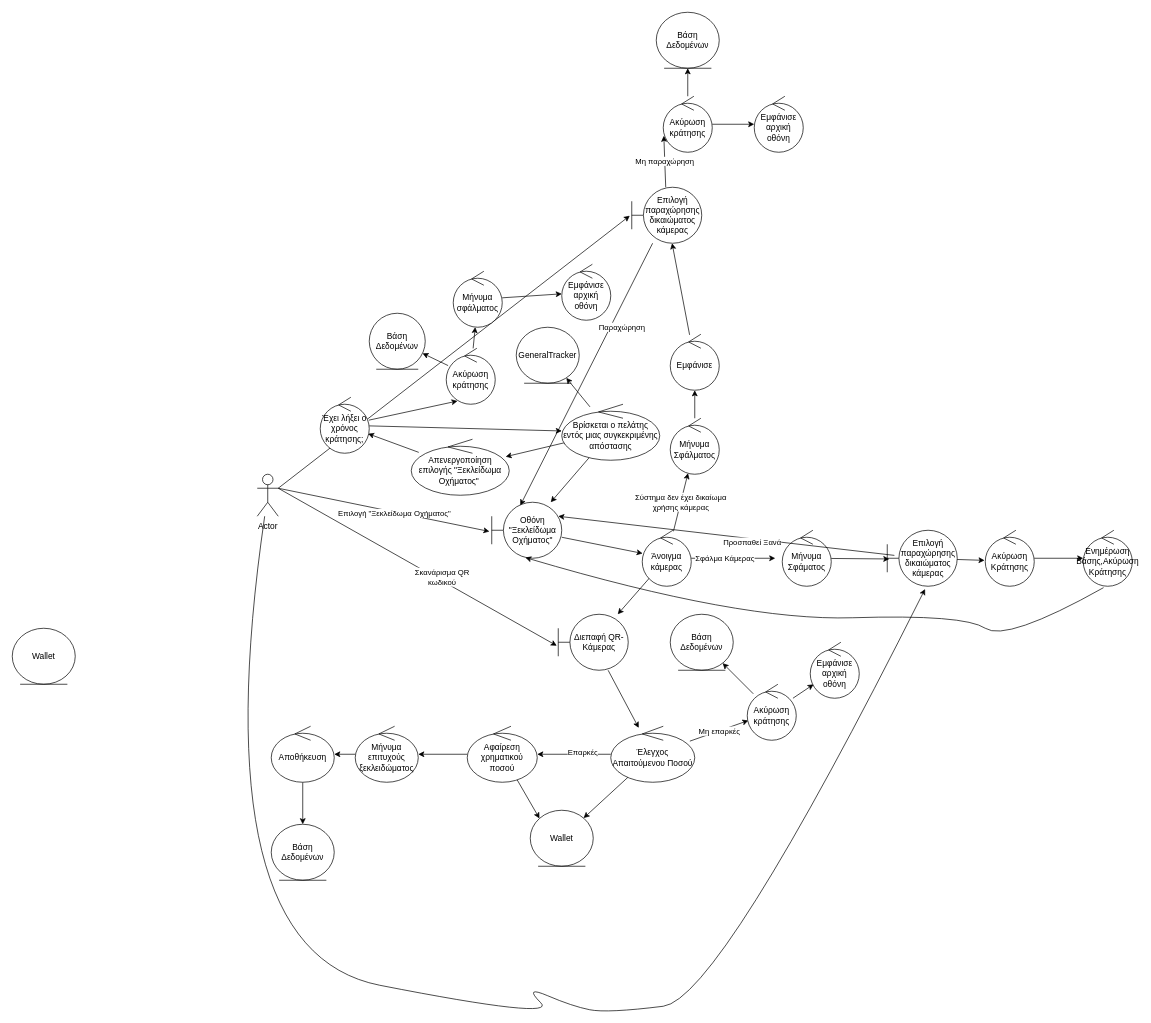
Above: Part_2/Robustness/diagrams/02_Ξεκλείδωμα_Οχήματος.drawio in Nikolis2002/texnoligia_logismikou (draw.io), before the change. Source tidied: cells renumbered, new cells numbered last; positions are measured from the earlier drawing's top-left corner, leaving out a move shared by most shapes. Both pictures are drawn from the tidied source at 70%, with x=0, y=0 at pixel (12, 12).
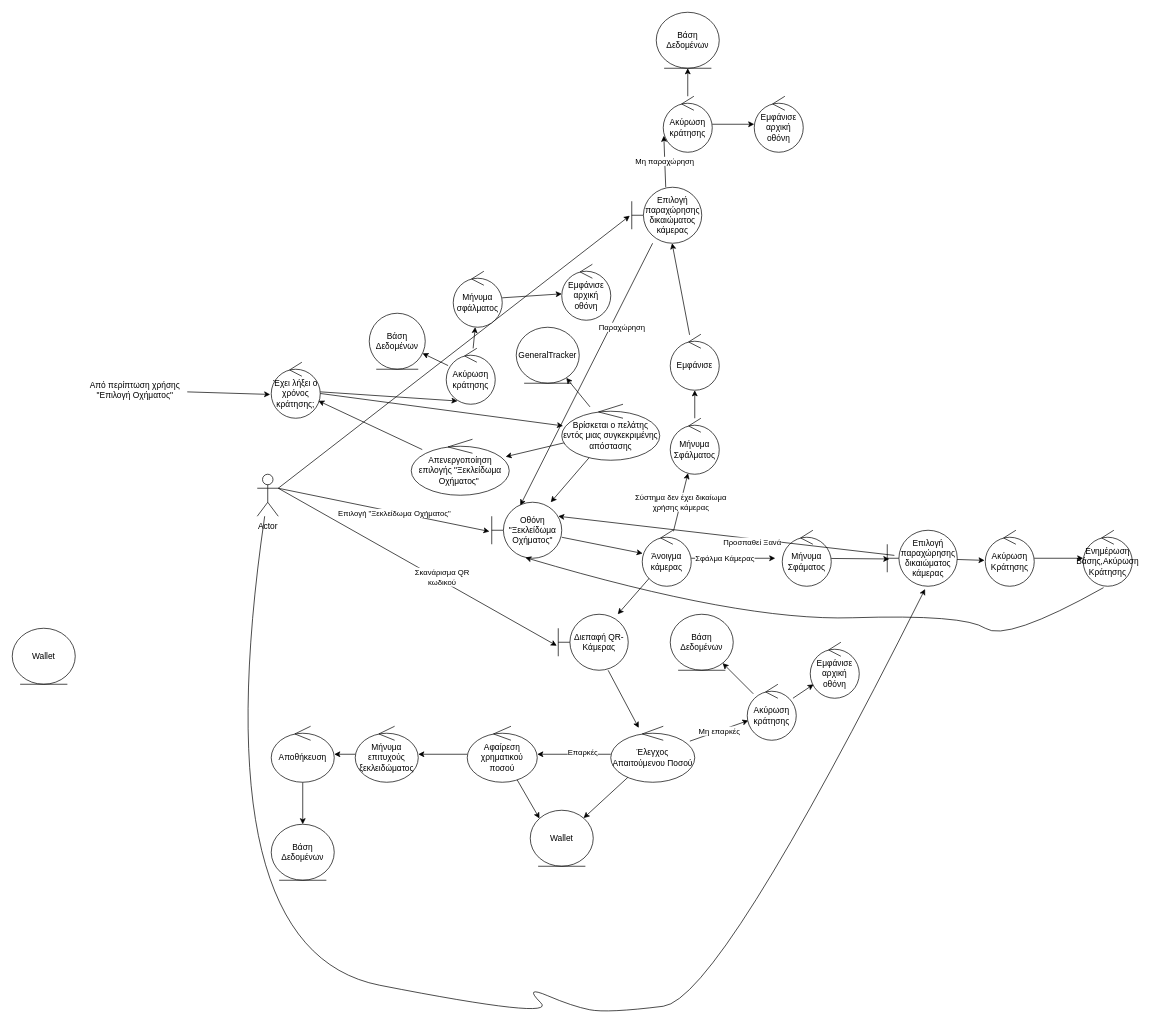
The same diagram, later.

Commit message (it also covers changes not shown here):
Use Case 1 Complete

Diff of the diagram source:
```diff
@@
     <mxCell id="10" value="Έχει λήξει ο χρόνος κράτησης;" style="ellipse;shape=umlControl;whiteSpace=wrap;html=1;" parent="1" vertex="1">
-      <mxGeometry x="440" y="550" width="70" height="80" as="geometry" />
+      <mxGeometry x="370" y="500" width="70" height="80" as="geometry" />
     </mxCell>
@@
+    <mxCell id="78" style="edgeStyle=none;html=1;entryX=-0.022;entryY=0.575;entryDx=0;entryDy=0;entryPerimeter=0;" parent="1" edge="1" source="79" target="10">
+      <mxGeometry relative="1" as="geometry" />
+    </mxCell>
+    <mxCell id="79" value="Από περίπτωση χρήσης&lt;br&gt;&quot;Επιλογή Οχήματος&quot;" style="text;html=1;align=center;verticalAlign=middle;points=[];strokeColor=none;fillColor=none;" parent="1" vertex="1">
+      <mxGeometry x="100" y="520" width="150" height="40" as="geometry" />
+    </mxCell>
```
